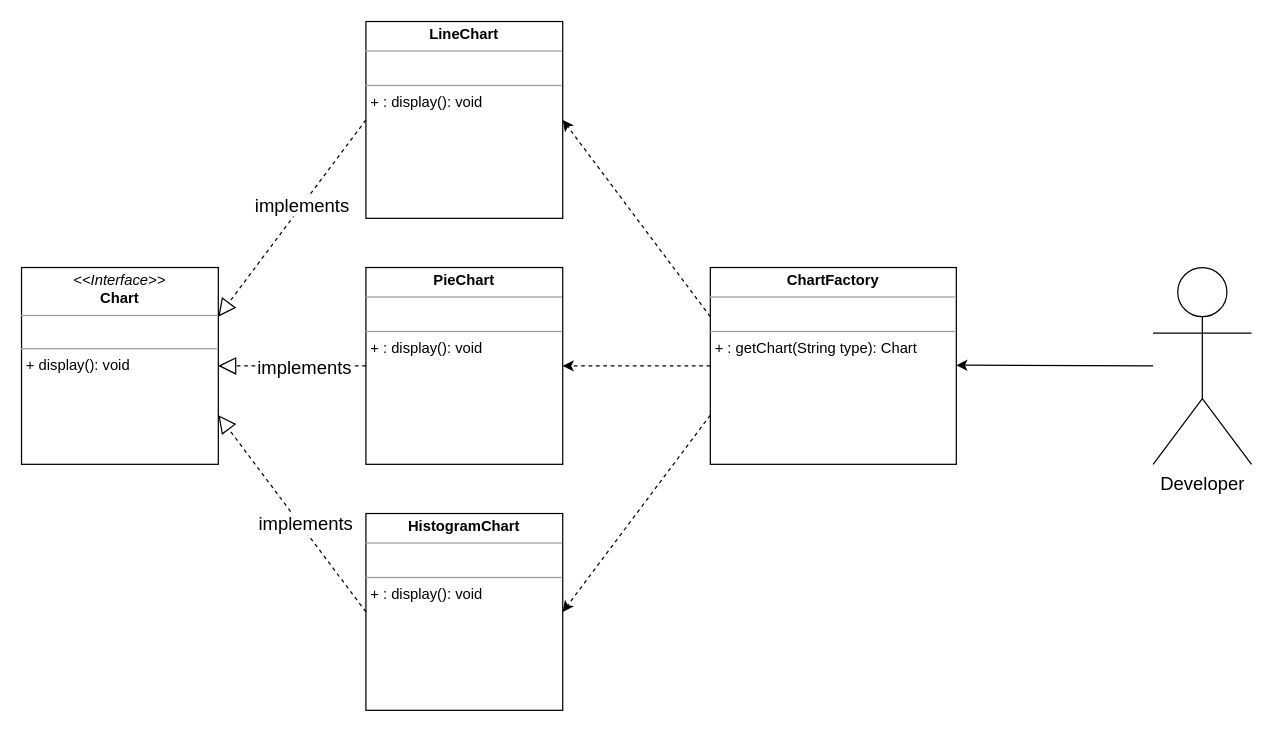
Before: page "简单工厂模式" (1 of 3) of typora/设计模式/uml/简单工厂/简单工厂模式.drawio in LDChing0321/JavaLearn, a draw.io diagram. Source tidied: cells renumbered, new cells numbered last; positions are measured from the earlier drawing's top-left corner, leaving out a move shared by most shapes. Both pictures are drawn from the tidied source at 123%, with x=0, y=0 at pixel (21, 21).
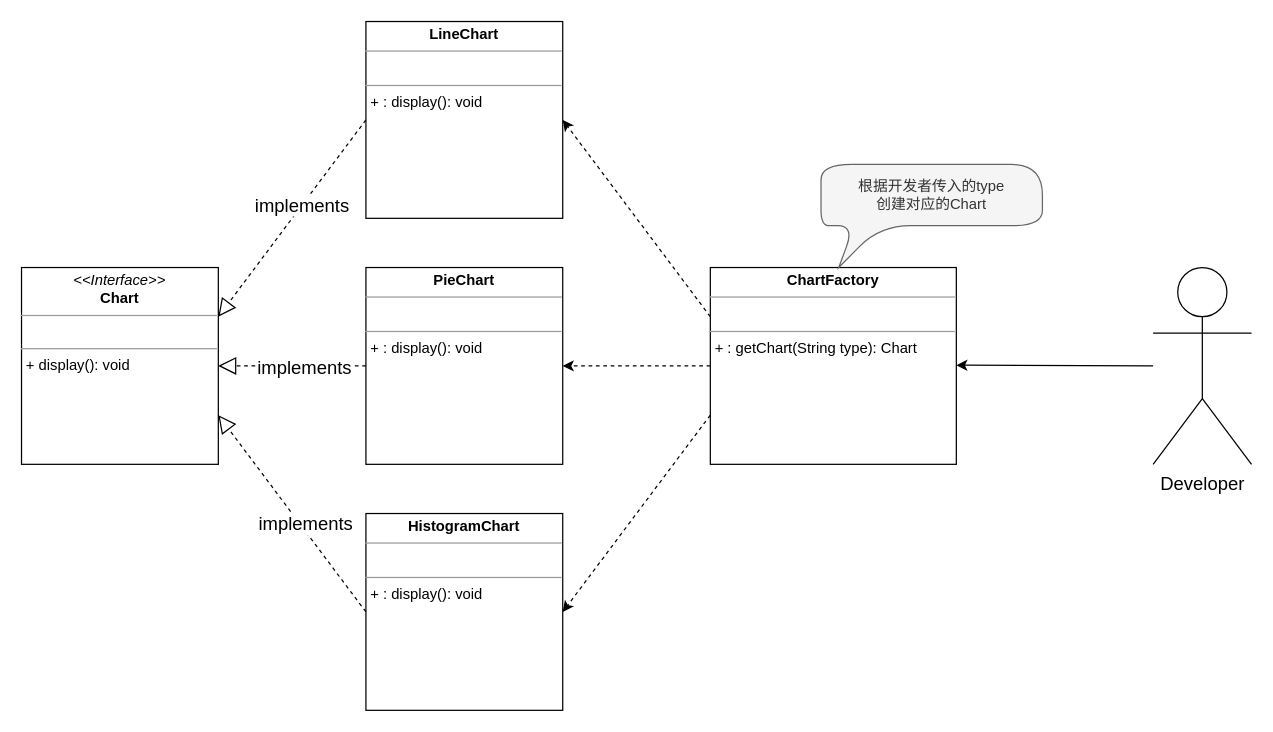
The same page after the edit.

Commit message (it also covers changes not shown here):
更新简单工厂模式.drawio

Diff of the diagram source:
```diff
@@
+    <mxCell id="18" value="根据开发者传入的type&lt;br&gt;创建对应的Chart" style="shape=callout;whiteSpace=wrap;html=1;perimeter=calloutPerimeter;position2=0.08;fillColor=#f5f5f5;fontColor=#333333;strokeColor=#666666;size=34;position=0.15;rounded=1;base=21;arcSize=50;" parent="1" vertex="1">
+      <mxGeometry x="650" y="116.2" width="180" height="83.8" as="geometry" />
+    </mxCell>
```
